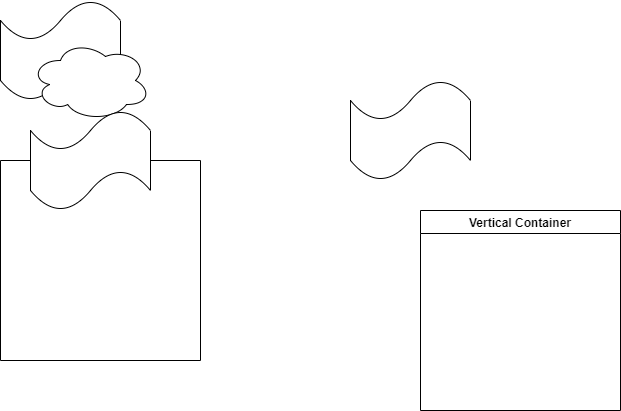
Earlier version of the draw.io export SeL4 start flowchart.drawio.png (tyyteam/seL4-comments). Source tidied: cells renumbered, new cells last; positions are measured from the earlier drawing's top-left corner, leaving out a move shared by most shapes.
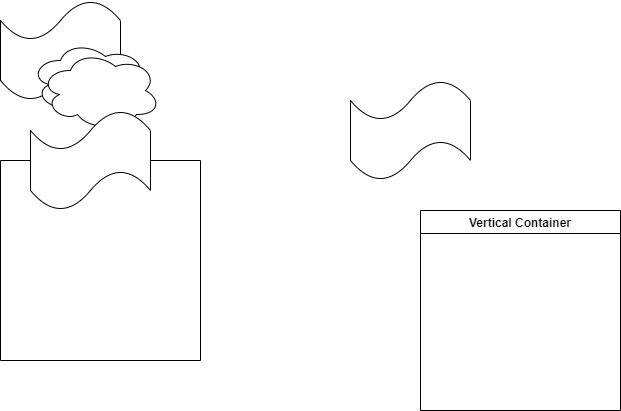
The same file after the commit.

What changed in the source:
```diff
@@ -17,6 +17,9 @@
     <mxCell id="6" style="ellipse;shape=cloud;whiteSpace=wrap;html=1;" parent="1" vertex="1">
       <mxGeometry x="30" y="40" width="120" height="80" as="geometry" />
     </mxCell>
+    <mxCell id="8" style="ellipse;shape=cloud;whiteSpace=wrap;html=1;" parent="1" vertex="1">
+      <mxGeometry x="40" y="50" width="120" height="80" as="geometry" />
+    </mxCell>
     <mxCell id="7" style="shape=tape;whiteSpace=wrap;html=1;" parent="1" vertex="1">
       <mxGeometry x="30" y="110" width="120" height="100" as="geometry" />
     </mxCell>
```
